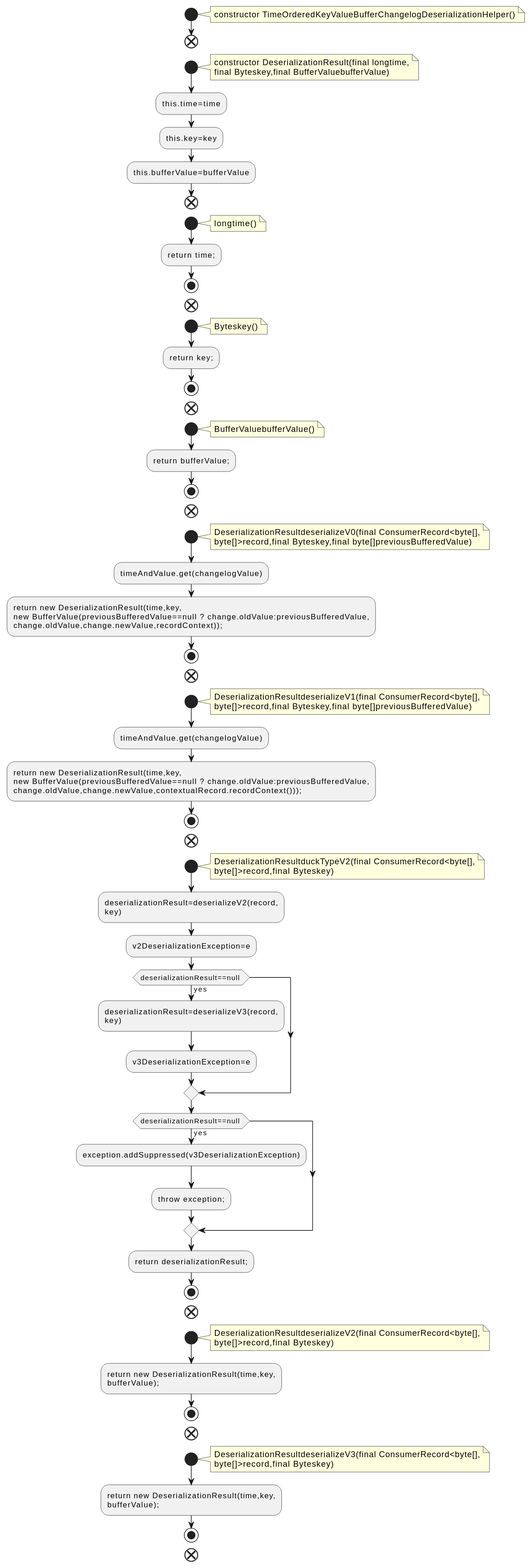
qualitesys/kafka keeps this PlantUML diagram as docs/qc/streams/src/main/java/org/apache/kafka/streams/state/internals/TimeOrderedKeyValueBufferChangelogDeserializationHelper.java.fct.svg. Above is the earlier version.
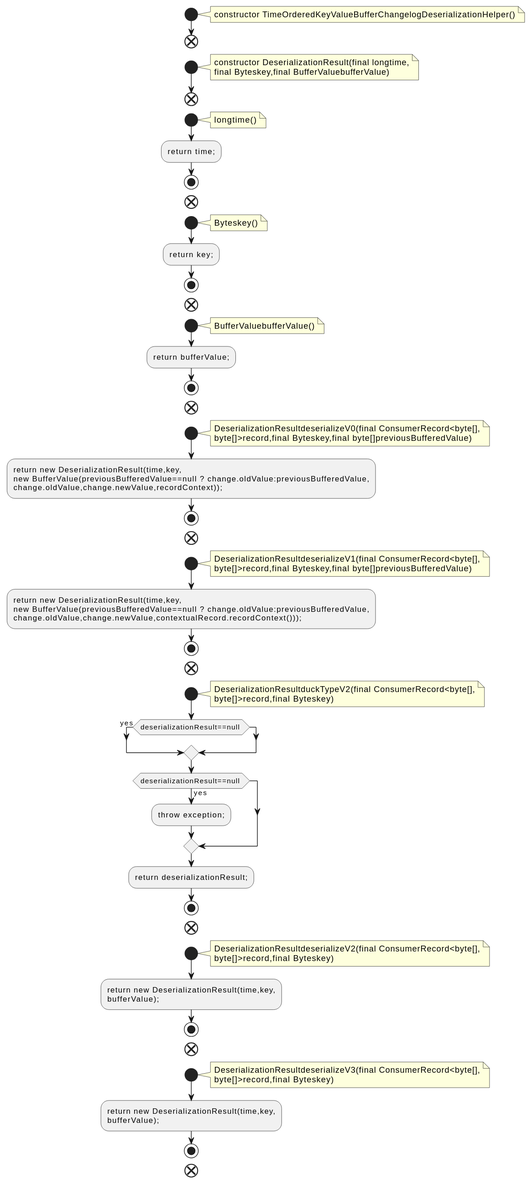
After the commit.

What changed in the source:
```diff
@@ -10,9 +10,6 @@
 constructor DeserializationResult(final longtime,
 final Byteskey,final BufferValuebufferValue)
 end note
-:this.time=time;
-:this.key=key;
-:this.bufferValue=bufferValue;
 end
 start
 note right
@@ -40,7 +37,6 @@
 DeserializationResultdeserializeV0(final ConsumerRecord<byte[],
 byte[]>record,final Byteskey,final byte[]previousBufferedValue)
 end note
-:timeAndValue.get(changelogValue);
 :return new DeserializationResult(time,key,
 new BufferValue(previousBufferedValue==null ? change.oldValue:previousBufferedValue,
 change.oldValue,change.newValue,recordContext));;
@@ -51,7 +47,6 @@
 DeserializationResultdeserializeV1(final ConsumerRecord<byte[],
 byte[]>record,final Byteskey,final byte[]previousBufferedValue)
 end note
-:timeAndValue.get(changelogValue);
 :return new DeserializationResult(time,key,
 new BufferValue(previousBufferedValue==null ? change.oldValue:previousBufferedValue,
 change.oldValue,change.newValue,contextualRecord.recordContext()));;
@@ -62,16 +57,9 @@
 DeserializationResultduckTypeV2(final ConsumerRecord<byte[],
 byte[]>record,final Byteskey)
 end note
-:deserializationResult=deserializeV2(record,
-key);
-:v2DeserializationException=e;
 if (deserializationResult==null ) then (yes)
-:deserializationResult=deserializeV3(record,
-key);
-:v3DeserializationException=e;
 endif
 if (deserializationResult==null ) then (yes)
-:exception.addSuppressed(v3DeserializationException);
 :throw exception;;
 endif
 :return deserializationResult;;
```
